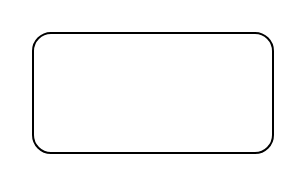
Earlier version of the draw.io diagram output/Untitled Diagram.drawio (aaronsteers/aj-dataops-personal). Source tidied: cells renumbered, new cells numbered last; positions are measured from the earlier drawing's top-left corner, leaving out a move shared by most shapes. Both pictures are drawn from the tidied source at 200%, with x=0, y=0 at pixel (32, 32).
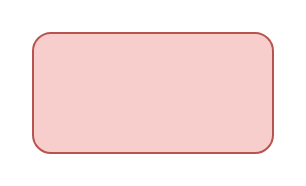
Above is the later version.

What changed in the source:
```diff
@@
 <mxGraphModel>
   <root>
     <mxCell id="0" />
     <mxCell id="1" parent="0" />
-    <mxCell id="2" style="rounded=1;whiteSpace=wrap;html=1;" parent="1" vertex="1">
+    <mxCell id="2" style="rounded=1;whiteSpace=wrap;html=1;fillColor=#f8cecc;strokeColor=#b85450;" parent="1" vertex="1">
       <mxGeometry width="120" height="60" as="geometry" />
     </mxCell>
   </root>
 </mxGraphModel>
```
